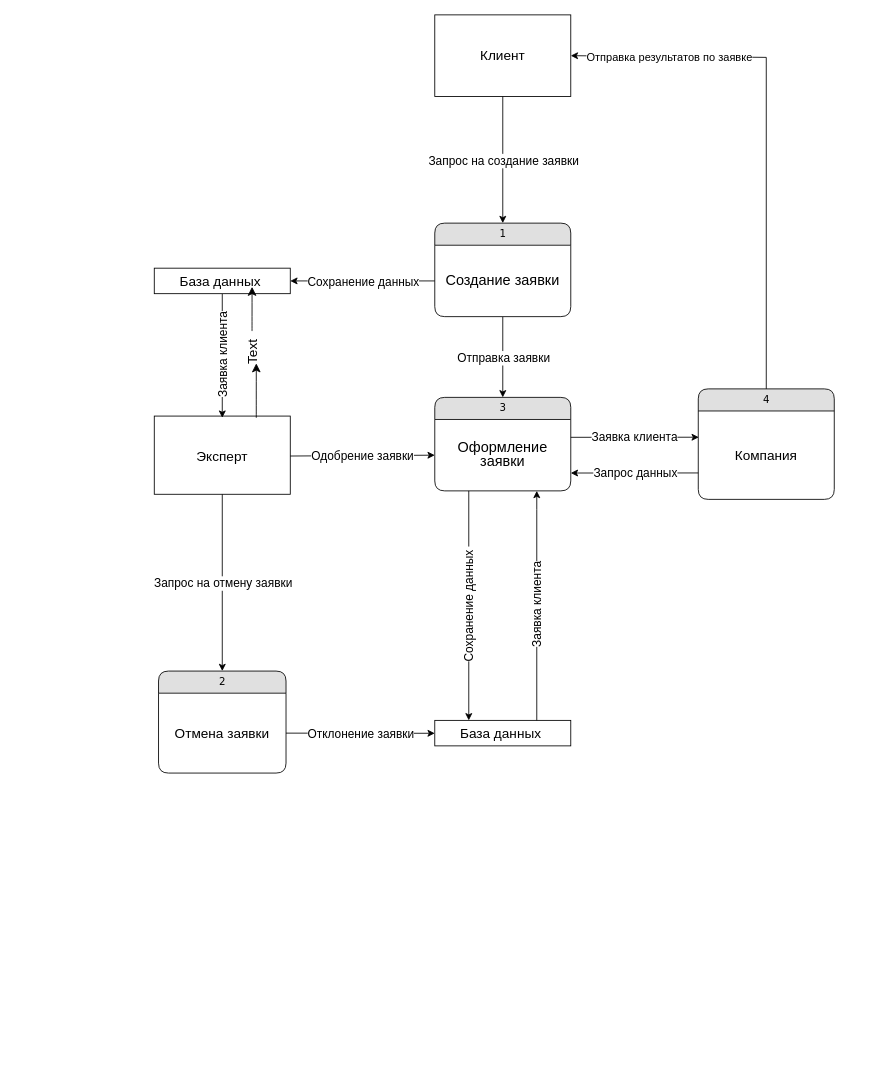
The draw.io diagram Data_flow_diagram.drawio in Progragor1/blablba, before the edit. Source tidied: cells renumbered, new cells numbered last; positions are measured from the earlier drawing's top-left corner, leaving out a move shared by most shapes. Both pictures are drawn from the tidied source at 85%, with x=0, y=0 at pixel (154, 14).
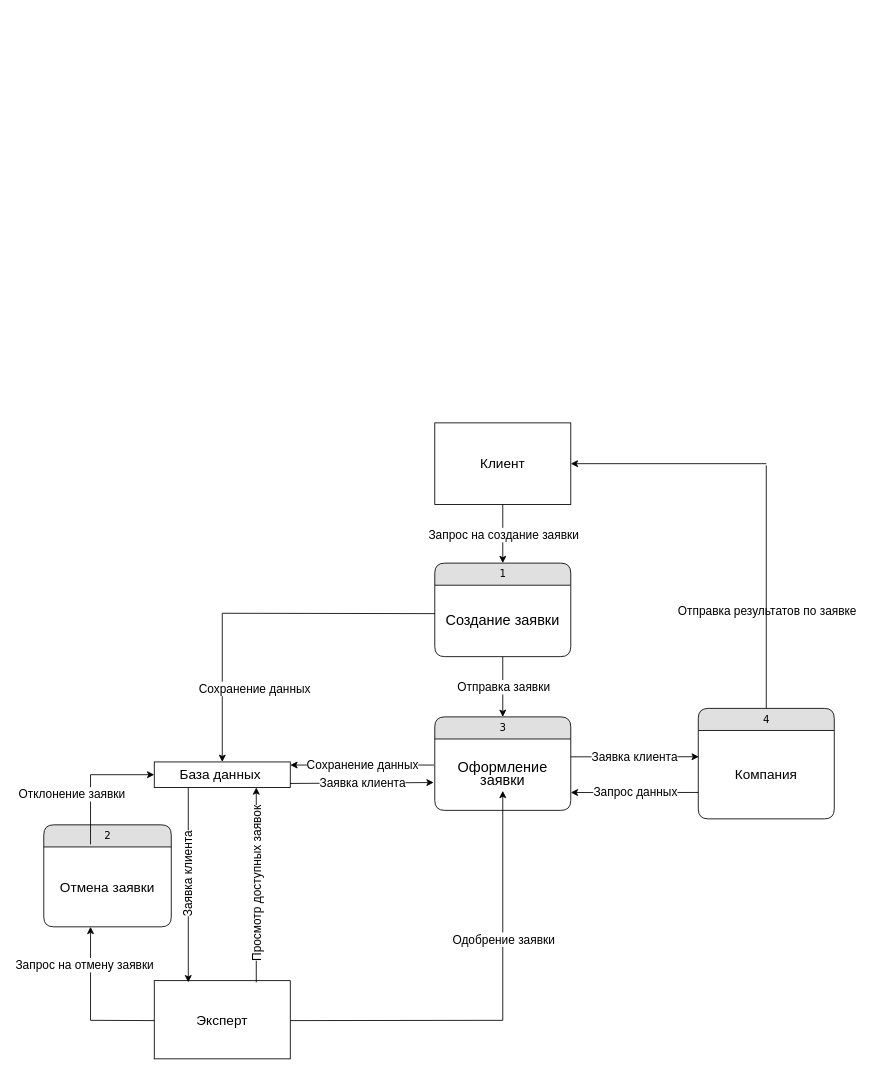
After the change.

The change refers to these unchanged cells:
```xml
<mxCell id="5" value="&lt;p style=&quot;line-height: 121%;&quot;&gt;&lt;font style=&quot;font-size: 17px;&quot;&gt;Оформление заявки&lt;/font&gt;&lt;/p&gt;" style="text;html=1;strokeColor=none;fillColor=none;align=center;verticalAlign=middle;whiteSpace=wrap;rounded=0;strokeWidth=1;" parent="4" vertex="1">
  <mxGeometry y="26" width="160" height="84" as="geometry" />
</mxCell>
<mxCell id="7" value="&lt;font style=&quot;font-size: 16px;&quot;&gt;Отмена заявки&lt;/font&gt;" style="text;html=1;strokeColor=none;fillColor=none;align=center;verticalAlign=middle;whiteSpace=wrap;rounded=0;" parent="6" vertex="1">
  <mxGeometry y="26" width="150" height="94" as="geometry" />
</mxCell>
<mxCell id="36" value="&lt;p style=&quot;line-height: 121%;&quot;&gt;&lt;font style=&quot;font-size: 17px;&quot;&gt;Создание заявки&lt;/font&gt;&lt;/p&gt;" style="text;html=1;strokeColor=none;fillColor=none;align=center;verticalAlign=middle;whiteSpace=wrap;rounded=0;strokeWidth=1;" parent="35" vertex="1">
  <mxGeometry y="26" width="160" height="84" as="geometry" />
</mxCell>
```

The edit, as a diff of the source:
```diff
@@
     <mxCell id="2" value="4" style="swimlane;html=1;fontStyle=0;horizontal=1;startSize=26;fillColor=#e0e0e0;swimlaneFillColor=#ffffff;align=center;rounded=1;shadow=0;comic=0;labelBackgroundColor=none;strokeWidth=1;fontFamily=Verdana;fontSize=12;" parent="1" vertex="1">
-      <mxGeometry x="640" y="440" width="160" height="130" as="geometry" />
+      <mxGeometry x="640" y="815.9" width="160" height="130" as="geometry" />
     </mxCell>
@@
     <mxCell id="4" value="3" style="swimlane;html=1;fontStyle=0;horizontal=1;startSize=26;fillColor=#e0e0e0;swimlaneFillColor=#ffffff;align=center;rounded=1;shadow=0;comic=0;labelBackgroundColor=none;strokeWidth=1;fontFamily=Verdana;fontSize=12;" parent="1" vertex="1">
-      <mxGeometry x="330" y="450" width="160" height="110" as="geometry" />
+      <mxGeometry x="330" y="825.9" width="160" height="110" as="geometry" />
     </mxCell>
@@
     <mxCell id="6" value="2" style="swimlane;html=1;fontStyle=0;horizontal=1;startSize=26;fillColor=#e0e0e0;swimlaneFillColor=#ffffff;align=center;rounded=1;shadow=0;comic=0;labelBackgroundColor=none;strokeWidth=1;fontFamily=Verdana;fontSize=12;" parent="1" vertex="1">
-      <mxGeometry x="5" y="772" width="150" height="120" as="geometry" />
+      <mxGeometry x="-130" y="952.9" width="150" height="120" as="geometry" />
     </mxCell>
@@
     <mxCell id="8" style="rounded=0;whiteSpace=wrap;html=1;" parent="1" vertex="1">
-      <mxGeometry x="330" width="160" height="96" as="geometry" />
+      <mxGeometry x="330" y="480" width="160" height="96" as="geometry" />
     </mxCell>
     <mxCell id="9" value="&lt;font style=&quot;font-size: 16px;&quot;&gt;Клиент&lt;/font&gt;" style="text;html=1;strokeColor=none;fillColor=none;align=center;verticalAlign=middle;whiteSpace=wrap;rounded=0;fontSize=16;" parent="1" vertex="1">
-      <mxGeometry x="380" y="33" width="60" height="30" as="geometry" />
+      <mxGeometry x="380" y="513" width="60" height="30" as="geometry" />
     </mxCell>
@@
-    <mxCell id="12" style="endArrow=classic;html=1;rounded=0;exitX=0.25;exitY=1;exitDx=0;exitDy=0;entryX=0.25;entryY=0;entryDx=0;entryDy=0;" parent="1" edge="1" source="5" target="15">
-      <mxGeometry relative="1" as="geometry" />
-    </mxCell>
-    <mxCell id="13" value="Сохранение данных&amp;nbsp;" style="edgeLabel;html=1;align=center;verticalAlign=middle;rotation=270;fontSize=14;" parent="12" vertex="1">
-      <mxGeometry relative="1" as="geometry" />
-    </mxCell>
-    <mxCell id="14" style="rounded=0;whiteSpace=wrap;html=1;" parent="1" vertex="1">
-      <mxGeometry x="330" y="830" width="160" height="30" as="geometry" />
-    </mxCell>
-    <mxCell id="15" value="&lt;font style=&quot;font-size: 16px;&quot;&gt;База данных&amp;nbsp;&lt;/font&gt;" style="text;html=1;strokeColor=none;fillColor=none;align=center;verticalAlign=middle;whiteSpace=wrap;rounded=0;" parent="1" vertex="1">
-      <mxGeometry x="330" y="830" width="160" height="30" as="geometry" />
-    </mxCell>
-    <mxCell id="16" style="endArrow=classic;html=1;rounded=0;exitX=0.75;exitY=0;exitDx=0;exitDy=0;entryX=0.75;entryY=1;entryDx=0;entryDy=0;" parent="1" edge="1" source="15" target="5">
-      <mxGeometry relative="1" as="geometry">
-        <Array as="points">
-          <mxPoint x="450" y="582" />
-        </Array>
-      </mxGeometry>
-    </mxCell>
-    <mxCell id="17" value="Заявка клиента" style="edgeLabel;html=1;align=center;verticalAlign=middle;fontSize=14;rotation=270;" parent="16" vertex="1">
-      <mxGeometry relative="1" as="geometry" />
-    </mxCell>
     <mxCell id="18" style="rounded=0;whiteSpace=wrap;html=1;" parent="1" vertex="1">
-      <mxGeometry y="472" width="160" height="92" as="geometry" />
+      <mxGeometry y="1136.2" width="160" height="92" as="geometry" />
     </mxCell>
     <mxCell id="19" value="&lt;font style=&quot;font-size: 16px;&quot;&gt;Эксперт&lt;/font&gt;" style="text;html=1;strokeColor=none;fillColor=none;align=center;verticalAlign=middle;whiteSpace=wrap;rounded=0;" parent="1" vertex="1">
-      <mxGeometry y="474" width="160" height="90" as="geometry" />
+      <mxGeometry y="1138.2" width="160" height="90" as="geometry" />
     </mxCell>
-    <mxCell id="20" style="endArrow=classic;html=1;rounded=0;exitX=1;exitY=0.5;exitDx=0;exitDy=0;entryX=0;entryY=0.507;entryDx=0;entryDy=0;entryPerimeter=0;" parent="1" edge="1" source="7" target="15">
-      <mxGeometry relative="1" as="geometry" />
+    <mxCell id="20" style="endArrow=classic;html=1;rounded=0;exitX=0.5;exitY=0;exitDx=0;exitDy=0;entryX=0;entryY=0.5;entryDx=0;entryDy=0;" parent="1" edge="1" target="40">
+      <mxGeometry relative="1" as="geometry">
+        <mxPoint x="-75" y="975.9" as="sourcePoint" />
+        <Array as="points">
+          <mxPoint x="-75" y="893.9" />
+        </Array>
+      </mxGeometry>
     </mxCell>
     <mxCell id="21" value="Отклонение заявки" style="edgeLabel;html=1;align=center;verticalAlign=middle;fontSize=14;" parent="20" vertex="1">
-      <mxGeometry relative="1" as="geometry" />
+      <mxGeometry relative="1" as="geometry">
+        <mxPoint x="-23" y="20" as="offset" />
+      </mxGeometry>
     </mxCell>
@@
     <mxCell id="24" style="endArrow=classic;html=1;rounded=0;entryX=1;entryY=0.5;entryDx=0;entryDy=0;" parent="1" edge="1" target="8">
       <mxGeometry relative="1" as="geometry">
-        <mxPoint x="720" y="50" as="sourcePoint" />
+        <mxPoint x="720" y="528" as="sourcePoint" />
       </mxGeometry>
     </mxCell>
-    <mxCell id="25" value="Отправка результатов по заявке" style="edgeLabel;html=1;align=center;verticalAlign=middle;fontSize=13;" parent="24" vertex="1">
-      <mxGeometry relative="1" as="geometry" />
+    <mxCell id="25" value="Отправка результатов по заявке" style="edgeLabel;html=1;align=center;verticalAlign=middle;fontSize=14;" parent="24" vertex="1">
+      <mxGeometry relative="1" as="geometry">
+        <mxPoint x="115" y="172" as="offset" />
+      </mxGeometry>
     </mxCell>
     <mxCell id="26" style="endArrow=none;html=1;rounded=0;entryX=0.5;entryY=0;entryDx=0;entryDy=0;" parent="1" edge="1" target="2">
       <mxGeometry relative="1" as="geometry">
-        <mxPoint x="720" y="50" as="sourcePoint" />
+        <mxPoint x="720" y="530" as="sourcePoint" />
       </mxGeometry>
     </mxCell>
@@
-    <mxCell id="29" style="endArrow=classic;html=1;rounded=0;exitX=0.5;exitY=1;exitDx=0;exitDy=0;entryX=0.5;entryY=0;entryDx=0;entryDy=0;" parent="1" edge="1" source="18" target="6">
-      <mxGeometry relative="1" as="geometry" />
+    <mxCell id="29" style="endArrow=classic;html=1;rounded=0;exitX=0;exitY=0.5;exitDx=0;exitDy=0;entryX=0.5;entryY=1;entryDx=0;entryDy=0;" parent="1" edge="1" source="19">
+      <mxGeometry relative="1" as="geometry">
+        <mxPoint x="-75" y="1072.9" as="targetPoint" />
+        <Array as="points">
+          <mxPoint x="-75" y="1182.9" />
+        </Array>
+      </mxGeometry>
     </mxCell>
     <mxCell id="30" value="&lt;font style=&quot;font-size: 14px;&quot;&gt;Запрос на отмену заявки&lt;/font&gt;" style="edgeLabel;html=1;align=center;verticalAlign=middle;rotation=0;" parent="29" vertex="1">
-      <mxGeometry relative="1" as="geometry" />
+      <mxGeometry relative="1" as="geometry">
+        <mxPoint x="-8" y="-47" as="offset" />
+      </mxGeometry>
     </mxCell>
-    <mxCell id="31" style="endArrow=classic;html=1;rounded=0;entryX=0;entryY=0.5;entryDx=0;entryDy=0;exitX=1;exitY=0.5;exitDx=0;exitDy=0;" parent="1" edge="1" source="19" target="5">
-      <mxGeometry relative="1" as="geometry" />
+    <mxCell id="31" style="endArrow=classic;html=1;rounded=0;entryX=0.5;entryY=1;entryDx=0;entryDy=0;exitX=1;exitY=0.5;exitDx=0;exitDy=0;" parent="1" edge="1" source="19">
+      <mxGeometry relative="1" as="geometry">
+        <mxPoint x="410" y="912.9" as="targetPoint" />
+        <Array as="points">
+          <mxPoint x="410" y="1182.9" />
+        </Array>
+      </mxGeometry>
     </mxCell>
     <mxCell id="32" value="Одобрение заявки" style="edgeLabel;html=1;align=center;verticalAlign=middle;fontSize=14;" parent="31" vertex="1">
-      <mxGeometry relative="1" as="geometry" />
+      <mxGeometry relative="1" as="geometry">
+        <mxPoint y="-85" as="offset" />
+      </mxGeometry>
     </mxCell>
-    <mxCell id="33" style="endArrow=classic;html=1;rounded=0;exitX=0.5;exitY=1;exitDx=0;exitDy=0;entryX=0.5;entryY=0;entryDx=0;entryDy=0;" parent="1" edge="1" source="40" target="19">
-      <mxGeometry relative="1" as="geometry" />
+    <mxCell id="33" style="endArrow=classic;html=1;rounded=0;exitX=0.25;exitY=1;exitDx=0;exitDy=0;entryX=0.25;entryY=0;entryDx=0;entryDy=0;" parent="1" edge="1" target="19">
+      <mxGeometry relative="1" as="geometry">
+        <mxPoint x="40" y="885.9" as="sourcePoint" />
+      </mxGeometry>
     </mxCell>
@@
     <mxCell id="35" value="1" style="swimlane;html=1;fontStyle=0;horizontal=1;startSize=26;fillColor=#e0e0e0;swimlaneFillColor=#ffffff;align=center;rounded=1;shadow=0;comic=0;labelBackgroundColor=none;strokeWidth=1;fontFamily=Verdana;fontSize=12;" parent="1" vertex="1">
-      <mxGeometry x="330" y="245" width="160" height="110" as="geometry" />
+      <mxGeometry x="330" y="645" width="160" height="110" as="geometry" />
     </mxCell>
@@
     <mxCell id="39" style="rounded=0;whiteSpace=wrap;html=1;" parent="1" vertex="1">
-      <mxGeometry y="298" width="160" height="30" as="geometry" />
+      <mxGeometry y="878.9" width="160" height="30" as="geometry" />
     </mxCell>
     <mxCell id="40" value="&lt;font style=&quot;font-size: 16px;&quot;&gt;База данных&amp;nbsp;&lt;/font&gt;" style="text;html=1;strokeColor=none;fillColor=none;align=center;verticalAlign=middle;whiteSpace=wrap;rounded=0;" parent="1" vertex="1">
-      <mxGeometry y="298" width="160" height="30" as="geometry" />
+      <mxGeometry y="878.9" width="160" height="30" as="geometry" />
     </mxCell>
-    <mxCell id="41" style="endArrow=classic;html=1;rounded=0;exitX=0;exitY=0.5;exitDx=0;exitDy=0;entryX=1;entryY=0.5;entryDx=0;entryDy=0;" parent="1" edge="1" source="36" target="40">
-      <mxGeometry relative="1" as="geometry" />
+    <mxCell id="41" style="endArrow=classic;html=1;rounded=0;exitX=0.002;exitY=0.398;exitDx=0;exitDy=0;entryX=0.5;entryY=0;entryDx=0;entryDy=0;exitPerimeter=0;" parent="1" edge="1" source="36" target="40">
+      <mxGeometry relative="1" as="geometry">
+        <Array as="points">
+          <mxPoint x="80" y="704" />
+        </Array>
+      </mxGeometry>
     </mxCell>
     <mxCell id="42" value="Сохранение данных" style="edgeLabel;html=1;align=center;verticalAlign=middle;fontSize=14;" parent="41" vertex="1">
-      <mxGeometry relative="1" as="geometry" />
+      <mxGeometry relative="1" as="geometry">
+        <mxPoint y="88" as="offset" />
+      </mxGeometry>
     </mxCell>
-    <mxCell id="43" style="edgeStyle=none;jettySize=auto;html=1;rounded=0;fontSize=12;startSize=8;endSize=8;curved=1;entryX=0.719;entryY=0.733;entryDx=0;entryDy=0;entryPerimeter=0;" parent="1" edge="1" source="45" target="40">
-      <mxGeometry relative="1" as="geometry" />
-    </mxCell>
-    <mxCell id="44" style="edgeStyle=none;jettySize=auto;html=1;rounded=0;fontSize=12;startSize=8;endSize=8;curved=1;exitX=0.75;exitY=0;exitDx=0;exitDy=0;entryX=0.24;entryY=0.667;entryDx=0;entryDy=0;entryPerimeter=0;" parent="1" edge="1" target="45">
-      <mxGeometry relative="1" as="geometry">
-        <mxPoint x="120" y="474" as="sourcePoint" />
-      </mxGeometry>
-    </mxCell>
-    <mxCell id="45" value="Text" style="text;html=1;align=center;verticalAlign=middle;points=[];strokeColor=none;fillColor=none;fontSize=16;rotation=270;" parent="1" vertex="1">
-      <mxGeometry x="90" y="382" width="50" height="30" as="geometry" />
-    </mxCell>
+    <mxCell id="46" style="endArrow=classic;html=1;rounded=0;exitX=0.75;exitY=0;exitDx=0;exitDy=0;entryX=0.75;entryY=1;entryDx=0;entryDy=0;" parent="1" edge="1" source="19" target="40">
+      <mxGeometry relative="1" as="geometry" />
+    </mxCell>
+    <mxCell id="47" value="&lt;font style=&quot;font-size: 14px;&quot;&gt;Просмотр доступных заявок&lt;/font&gt;" style="edgeLabel;html=1;align=center;verticalAlign=middle;rotation=270;" parent="46" vertex="1">
+      <mxGeometry relative="1" as="geometry" />
+    </mxCell>
+    <mxCell id="48" style="endArrow=classic;html=1;rounded=0;exitX=-0.006;exitY=0.365;exitDx=0;exitDy=0;entryX=1;entryY=0.122;entryDx=0;entryDy=0;exitPerimeter=0;entryPerimeter=0;" parent="1" edge="1" source="5" target="40">
+      <mxGeometry relative="1" as="geometry" />
+    </mxCell>
+    <mxCell id="13" value="Сохранение данных" style="edgeLabel;html=1;align=center;verticalAlign=middle;fontSize=14;" parent="48" vertex="1">
+      <mxGeometry relative="1" as="geometry" />
+    </mxCell>
+    <mxCell id="49" style="endArrow=classic;html=1;rounded=0;exitX=0.998;exitY=0.844;exitDx=0;exitDy=0;entryX=-0.008;entryY=0.61;entryDx=0;entryDy=0;entryPerimeter=0;exitPerimeter=0;" parent="1" edge="1" source="40" target="5">
+      <mxGeometry relative="1" as="geometry" />
+    </mxCell>
+    <mxCell id="17" value="Заявка клиента" style="edgeLabel;html=1;align=center;verticalAlign=middle;fontSize=14;" parent="49" vertex="1">
+      <mxGeometry relative="1" as="geometry" />
+    </mxCell>
```
